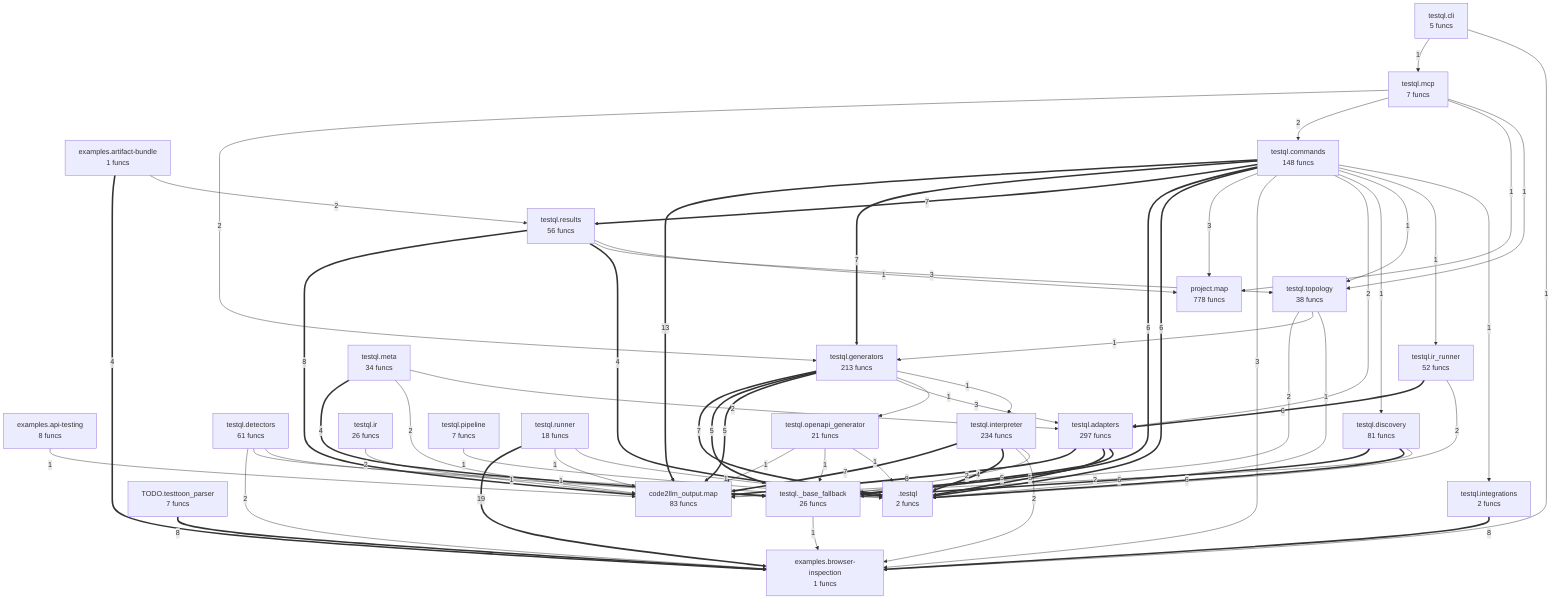
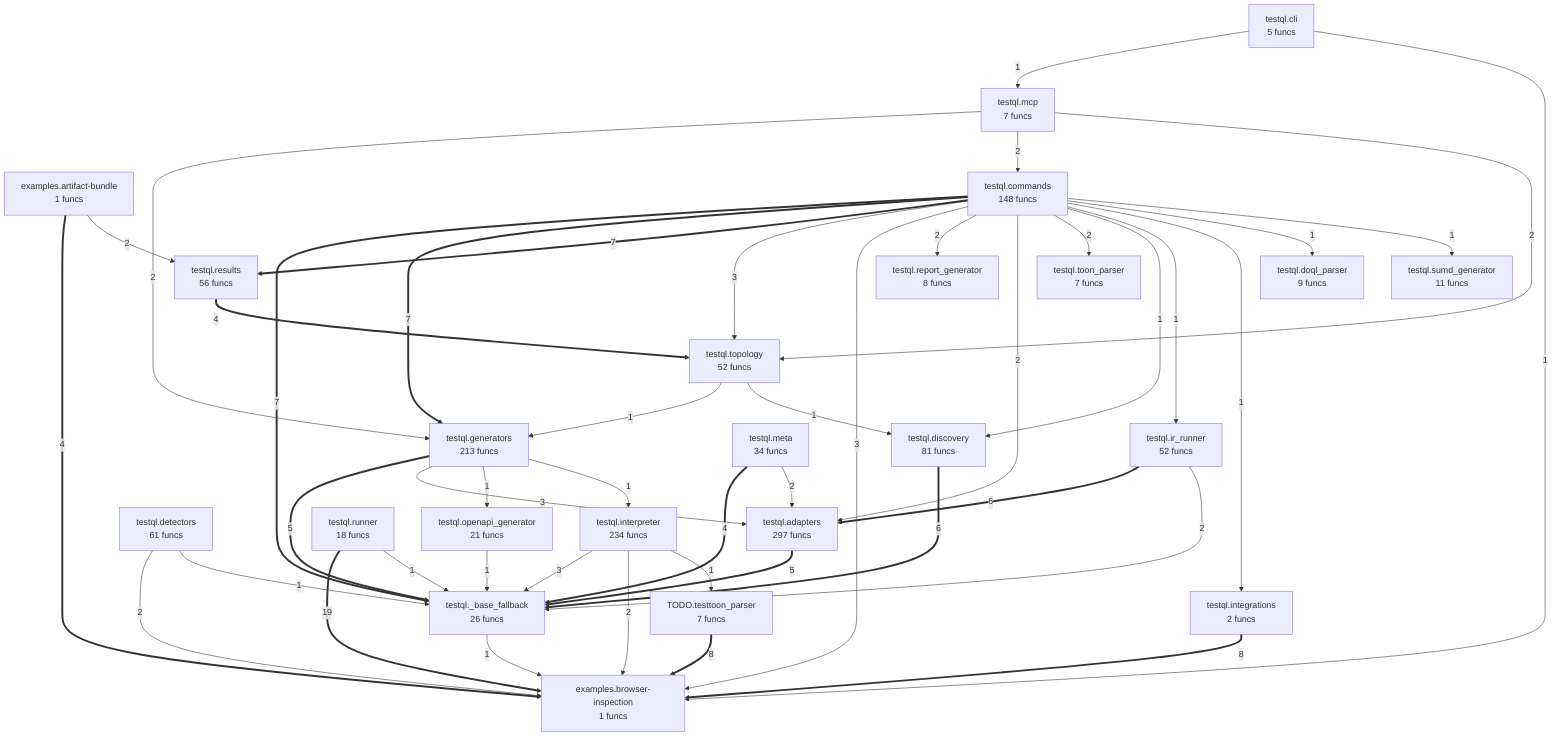
flowchart TD
-     M___testql[".testql<br/>2 funcs"]
+ %% generated in 0.02s
    TODO__testtoon_parser["TODO.testtoon_parser<br/>7 funcs"]
-     code2llm_output__map["code2llm_output.map<br/>83 funcs"]
-     examples__api_testing["examples.api-testing<br/>8 funcs"]
    examples__artifact_bundle["examples.artifact-bundle<br/>1 funcs"]
    examples__browser_inspection["examples.browser-inspection<br/>1 funcs"]
-     project__map["project.map<br/>778 funcs"]
    testql___base_fallback["testql._base_fallback<br/>26 funcs"]
    testql__adapters["testql.adapters<br/>297 funcs"]
    testql__cli["testql.cli<br/>5 funcs"]
    testql__commands["testql.commands<br/>148 funcs"]
    testql__detectors["testql.detectors<br/>61 funcs"]
    testql__discovery["testql.discovery<br/>81 funcs"]
+     testql__doql_parser["testql.doql_parser<br/>9 funcs"]
    testql__generators["testql.generators<br/>213 funcs"]
    testql__integrations["testql.integrations<br/>2 funcs"]
    testql__interpreter["testql.interpreter<br/>234 funcs"]
-     testql__ir["testql.ir<br/>26 funcs"]
    testql__ir_runner["testql.ir_runner<br/>52 funcs"]
    testql__mcp["testql.mcp<br/>7 funcs"]
    testql__meta["testql.meta<br/>34 funcs"]
    testql__openapi_generator["testql.openapi_generator<br/>21 funcs"]
-     testql__pipeline["testql.pipeline<br/>7 funcs"]
+     testql__report_generator["testql.report_generator<br/>8 funcs"]
    testql__results["testql.results<br/>56 funcs"]
    testql__runner["testql.runner<br/>18 funcs"]
-     testql__topology["testql.topology<br/>38 funcs"]
+     testql__sumd_generator["testql.sumd_generator<br/>11 funcs"]
+     testql__toon_parser["testql.toon_parser<br/>7 funcs"]
+     testql__topology["testql.topology<br/>52 funcs"]
    testql__runner ==>|19| examples__browser_inspection
-     testql__commands ==>|13| code2llm_output__map
    TODO__testtoon_parser ==>|8| examples__browser_inspection
-     testql__results ==>|8| code2llm_output__map
-     testql__adapters ==>|8| code2llm_output__map
    testql__integrations ==>|8| examples__browser_inspection
+     testql__commands ==>|7| testql___base_fallback
    testql__commands ==>|7| testql__generators
    testql__commands ==>|7| testql__results
-     testql__interpreter ==>|7| code2llm_output__map
-     testql__generators ==>|7| M___testql
-     testql__commands ==>|6| testql___base_fallback
-     testql__commands ==>|6| M___testql
    testql__discovery ==>|6| testql___base_fallback
-     testql__discovery ==>|6| M___testql
    testql__ir_runner ==>|6| testql__adapters
    testql__generators ==>|5| testql___base_fallback
-     testql__generators ==>|5| code2llm_output__map
-     testql__adapters ==>|5| M___testql
    testql__adapters ==>|5| testql___base_fallback
    examples__artifact_bundle ==>|4| examples__browser_inspection
-     testql__interpreter ==>|4| M___testql
-     testql__results ==>|4| M___testql
+     testql__results ==>|4| testql__topology
    testql__meta ==>|4| testql___base_fallback
-     testql__commands -->|3| project__map
+     testql__commands -->|3| testql__topology
    testql__commands -->|3| examples__browser_inspection
-     testql__results -->|3| testql__topology
+     testql__interpreter -->|3| testql___base_fallback
    testql__generators -->|3| testql__adapters
    examples__artifact_bundle -->|2| testql__results
+     testql__commands -->|2| testql__report_generator
    testql__commands -->|2| testql__adapters
+     testql__commands -->|2| testql__toon_parser
    testql__interpreter -->|2| examples__browser_inspection
-     testql__interpreter -->|2| testql___base_fallback
-     testql__ir -->|2| code2llm_output__map
-     testql__discovery -->|2| code2llm_output__map
    testql__mcp -->|2| testql__generators
    testql__mcp -->|2| testql__commands
-     testql__meta -->|2| code2llm_output__map
+     testql__mcp -->|2| testql__topology
    testql__meta -->|2| testql__adapters
    testql__detectors -->|2| examples__browser_inspection
-     testql__ir_runner -->|2| M___testql
-     testql__topology -->|2| code2llm_output__map
-     examples__api_testing -->|1| code2llm_output__map
+     testql__ir_runner -->|2| testql___base_fallback
    testql__cli -->|1| testql__mcp
    testql__cli -->|1| examples__browser_inspection
-     testql__runner -->|1| code2llm_output__map
-     testql__runner -->|1| M___testql
-     testql__openapi_generator -->|1| code2llm_output__map
+     testql__runner -->|1| testql___base_fallback
    testql__openapi_generator -->|1| testql___base_fallback
-     testql__openapi_generator -->|1| M___testql
    testql___base_fallback -->|1| examples__browser_inspection
-     testql__pipeline -->|1| M___testql
    testql__commands -->|1| testql__discovery
-     testql__commands -->|1| testql__topology
    testql__commands -->|1| testql__ir_runner
    testql__commands -->|1| testql__integrations
-     testql__results -->|1| project__map
+     testql__commands -->|1| testql__doql_parser
+     testql__commands -->|1| testql__sumd_generator
+     testql__interpreter -->|1| TODO__testtoon_parser
    testql__generators -->|1| testql__openapi_generator
    testql__generators -->|1| testql__interpreter
-     testql__mcp -->|1| project__map
-     testql__mcp -->|1| testql__topology
-     testql__detectors -->|1| M___testql
    testql__detectors -->|1| testql___base_fallback
    testql__topology -->|1| testql__generators
-     testql__topology -->|1| M___testql
+     testql__topology -->|1| testql__discovery
